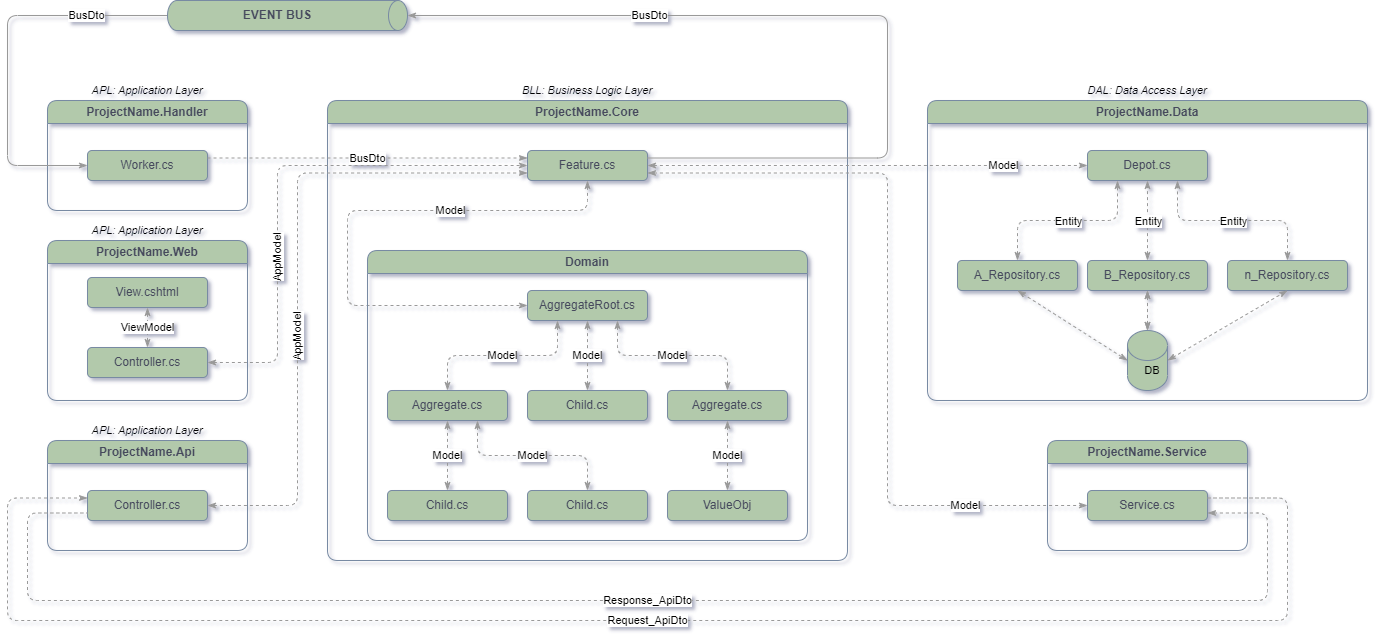
iDoctor1977/MicroServicesTemplate keeps this draw.io diagram as docs/SolutionArchitecture_style.png. Above is the earlier version. Source tidied: cells renumbered, new cells last; positions are measured from the earlier drawing's top-left corner, leaving out a move shared by most shapes.
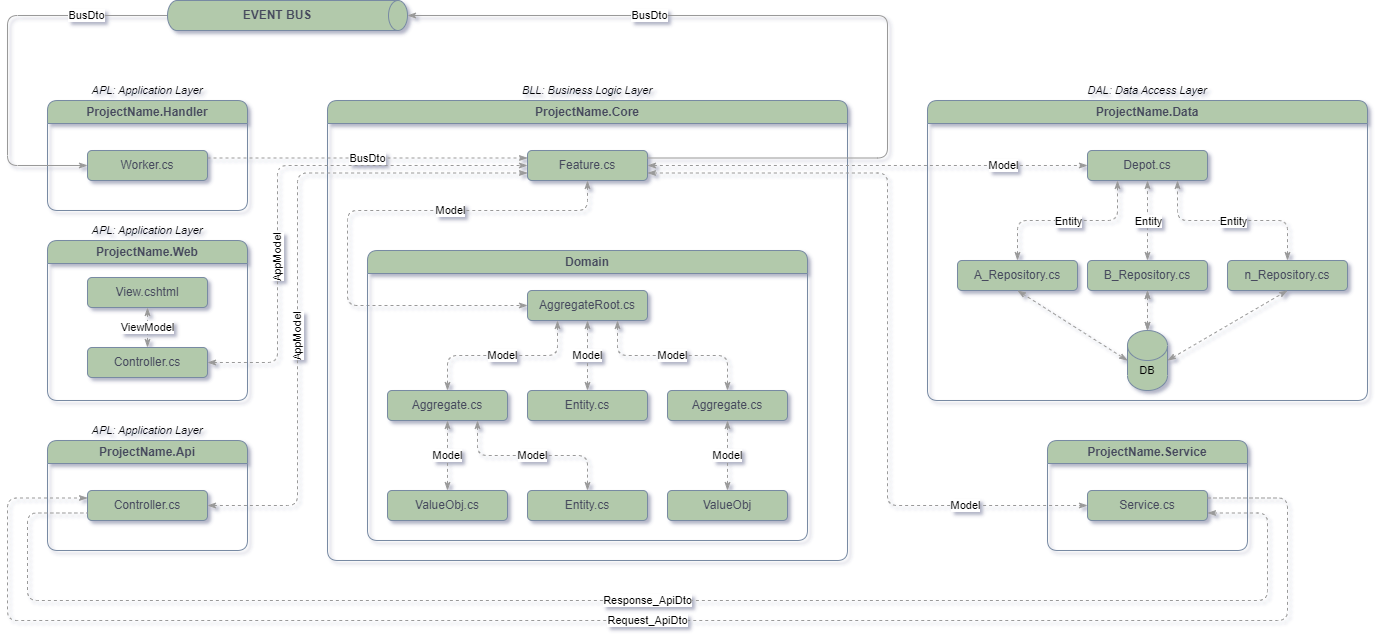
After the change.

Diff of the diagram source:
```diff
@@ -38,7 +38,7 @@
     <mxCell id="11" value="AggregateRoot.cs" style="rounded=1;whiteSpace=wrap;html=1;labelBackgroundColor=none;fillColor=#B2C9AB;strokeColor=#788AA3;fontColor=#46495D;fillStyle=auto;fontFamily=Helvetica;" parent="8" vertex="1">
       <mxGeometry x="160" y="40" width="120" height="30" as="geometry" />
     </mxCell>
-    <mxCell id="12" value="Child.cs" style="rounded=1;whiteSpace=wrap;html=1;labelBackgroundColor=none;fillColor=#B2C9AB;strokeColor=#788AA3;fontColor=#46495D;fontFamily=Helvetica;" parent="8" vertex="1">
+    <mxCell id="12" value="Entity.cs" style="rounded=1;whiteSpace=wrap;html=1;labelBackgroundColor=none;fillColor=#B2C9AB;strokeColor=#788AA3;fontColor=#46495D;fontFamily=Helvetica;" parent="8" vertex="1">
       <mxGeometry x="160" y="140" width="120" height="30" as="geometry" />
     </mxCell>
     <mxCell id="13" value="Model" style="edgeStyle=orthogonalEdgeStyle;shape=connector;rounded=1;jettySize=auto;html=1;dashed=1;labelBackgroundColor=default;strokeColor=#999999;align=center;verticalAlign=middle;fontFamily=Helvetica;fontSize=11;fontColor=default;startArrow=classicThin;startFill=1;endArrow=classicThin;endFill=1;" parent="8" edge="1" source="14" target="21">
@@ -59,10 +59,10 @@
     <mxCell id="18" value="Model" style="endArrow=classicThin;html=1;rounded=1;dashed=1;labelBackgroundColor=default;strokeColor=#999999;align=center;verticalAlign=middle;fontFamily=Helvetica;fontSize=11;fontColor=default;shape=connector;entryX=0.5;entryY=1;entryDx=0;entryDy=0;exitX=0.5;exitY=0;exitDx=0;exitDy=0;startArrow=classicThin;startFill=1;endFill=1;" parent="8" edge="1" source="12" target="11">
       <mxGeometry relative="1" as="geometry" />
     </mxCell>
-    <mxCell id="19" value="Child.cs" style="rounded=1;whiteSpace=wrap;html=1;labelBackgroundColor=none;fillColor=#B2C9AB;strokeColor=#788AA3;fontColor=#46495D;fontFamily=Helvetica;" parent="8" vertex="1">
+    <mxCell id="19" value="ValueObj.cs" style="rounded=1;whiteSpace=wrap;html=1;labelBackgroundColor=none;fillColor=#B2C9AB;strokeColor=#788AA3;fontColor=#46495D;fontFamily=Helvetica;" parent="8" vertex="1">
       <mxGeometry x="20" y="240" width="120" height="30" as="geometry" />
     </mxCell>
-    <mxCell id="20" value="Child.cs" style="rounded=1;whiteSpace=wrap;html=1;labelBackgroundColor=none;fillColor=#B2C9AB;strokeColor=#788AA3;fontColor=#46495D;fontFamily=Helvetica;" parent="8" vertex="1">
+    <mxCell id="20" value="Entity.cs" style="rounded=1;whiteSpace=wrap;html=1;labelBackgroundColor=none;fillColor=#B2C9AB;strokeColor=#788AA3;fontColor=#46495D;fontFamily=Helvetica;" parent="8" vertex="1">
       <mxGeometry x="160" y="240" width="120" height="30" as="geometry" />
     </mxCell>
     <mxCell id="21" value="ValueObj" style="rounded=1;whiteSpace=wrap;html=1;labelBackgroundColor=none;fillColor=#B2C9AB;strokeColor=#788AA3;fontColor=#46495D;fontFamily=Helvetica;" parent="8" vertex="1">
@@ -117,7 +117,7 @@
       <mxGeometry relative="1" as="geometry" />
     </mxCell>
     <mxCell id="38" value="DB" style="text;strokeColor=none;align=center;fillColor=none;html=1;verticalAlign=middle;whiteSpace=wrap;rounded=1;fontSize=11;fontFamily=Helvetica;fontColor=default;" parent="22" vertex="1">
-      <mxGeometry x="210" y="260" width="30" height="20" as="geometry" />
+      <mxGeometry x="205" y="260" width="30" height="20" as="geometry" />
     </mxCell>
     <mxCell id="39" value="BusDto" style="edgeStyle=orthogonalEdgeStyle;shape=connector;rounded=1;jettySize=auto;html=1;exitX=0.5;exitY=1;exitDx=0;exitDy=0;exitPerimeter=0;entryX=0;entryY=0.5;entryDx=0;entryDy=0;labelBackgroundColor=default;strokeColor=#999999;align=center;verticalAlign=middle;fontFamily=Helvetica;fontSize=11;fontColor=default;startArrow=none;startFill=0;endArrow=classicThin;endFill=1;strokeWidth=1;" parent="1" edge="1" source="40" target="3">
       <mxGeometry x="-0.58" relative="1" as="geometry">
```
